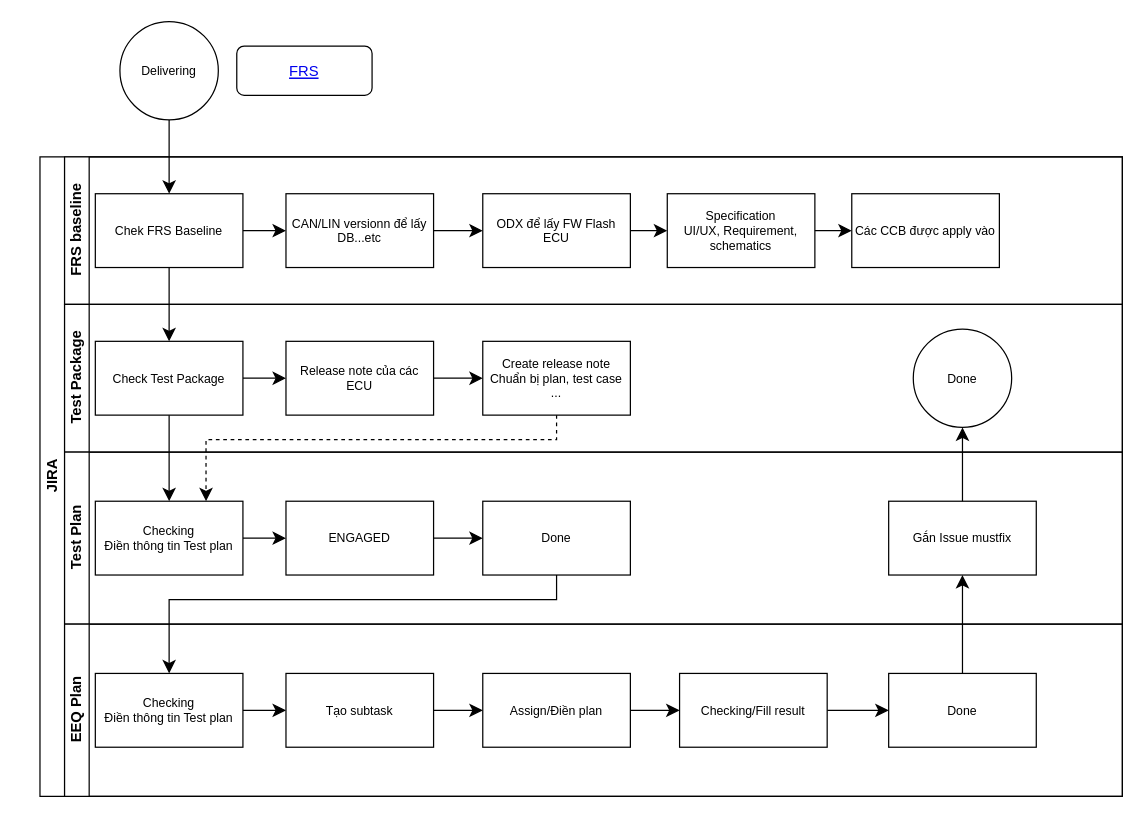
Earlier version of the draw.io diagram Biểu đồ không có tiêu đề.drawio (athanhoang/viindoo_accademy). Source tidied: cells renumbered, new cells numbered last; positions are measured from the earlier drawing's top-left corner, leaving out a move shared by most shapes. Both pictures are drawn from the tidied source at 123%, with x=0, y=0 at pixel (39, 21).
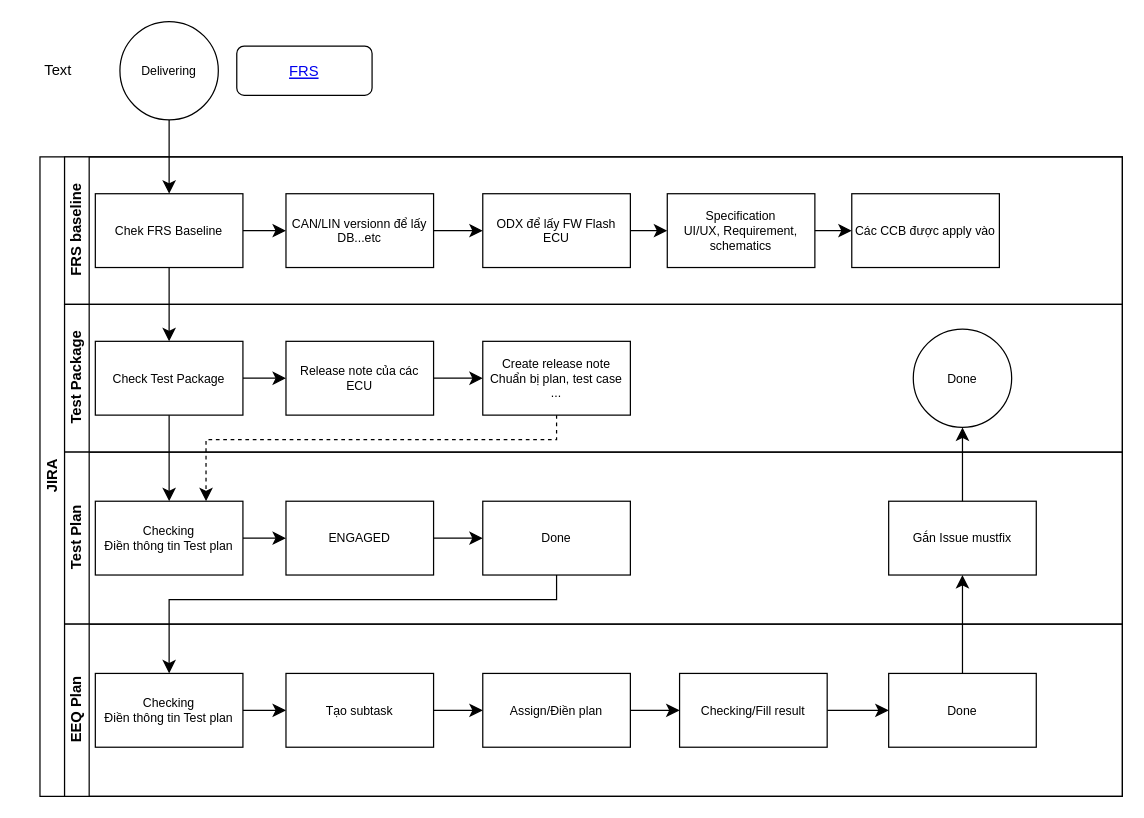
After the change.

Commit message:
Cập nhật Biểu đồ không có tiêu đề.drawio

What changed in the source:
```diff
@@
+    <mxCell id="46" value="Text" style="text;html=1;align=center;verticalAlign=middle;whiteSpace=wrap;rounded=0;" parent="1" vertex="1">
+      <mxGeometry x="-15" y="25" width="60" height="30" as="geometry" />
+    </mxCell>
```
